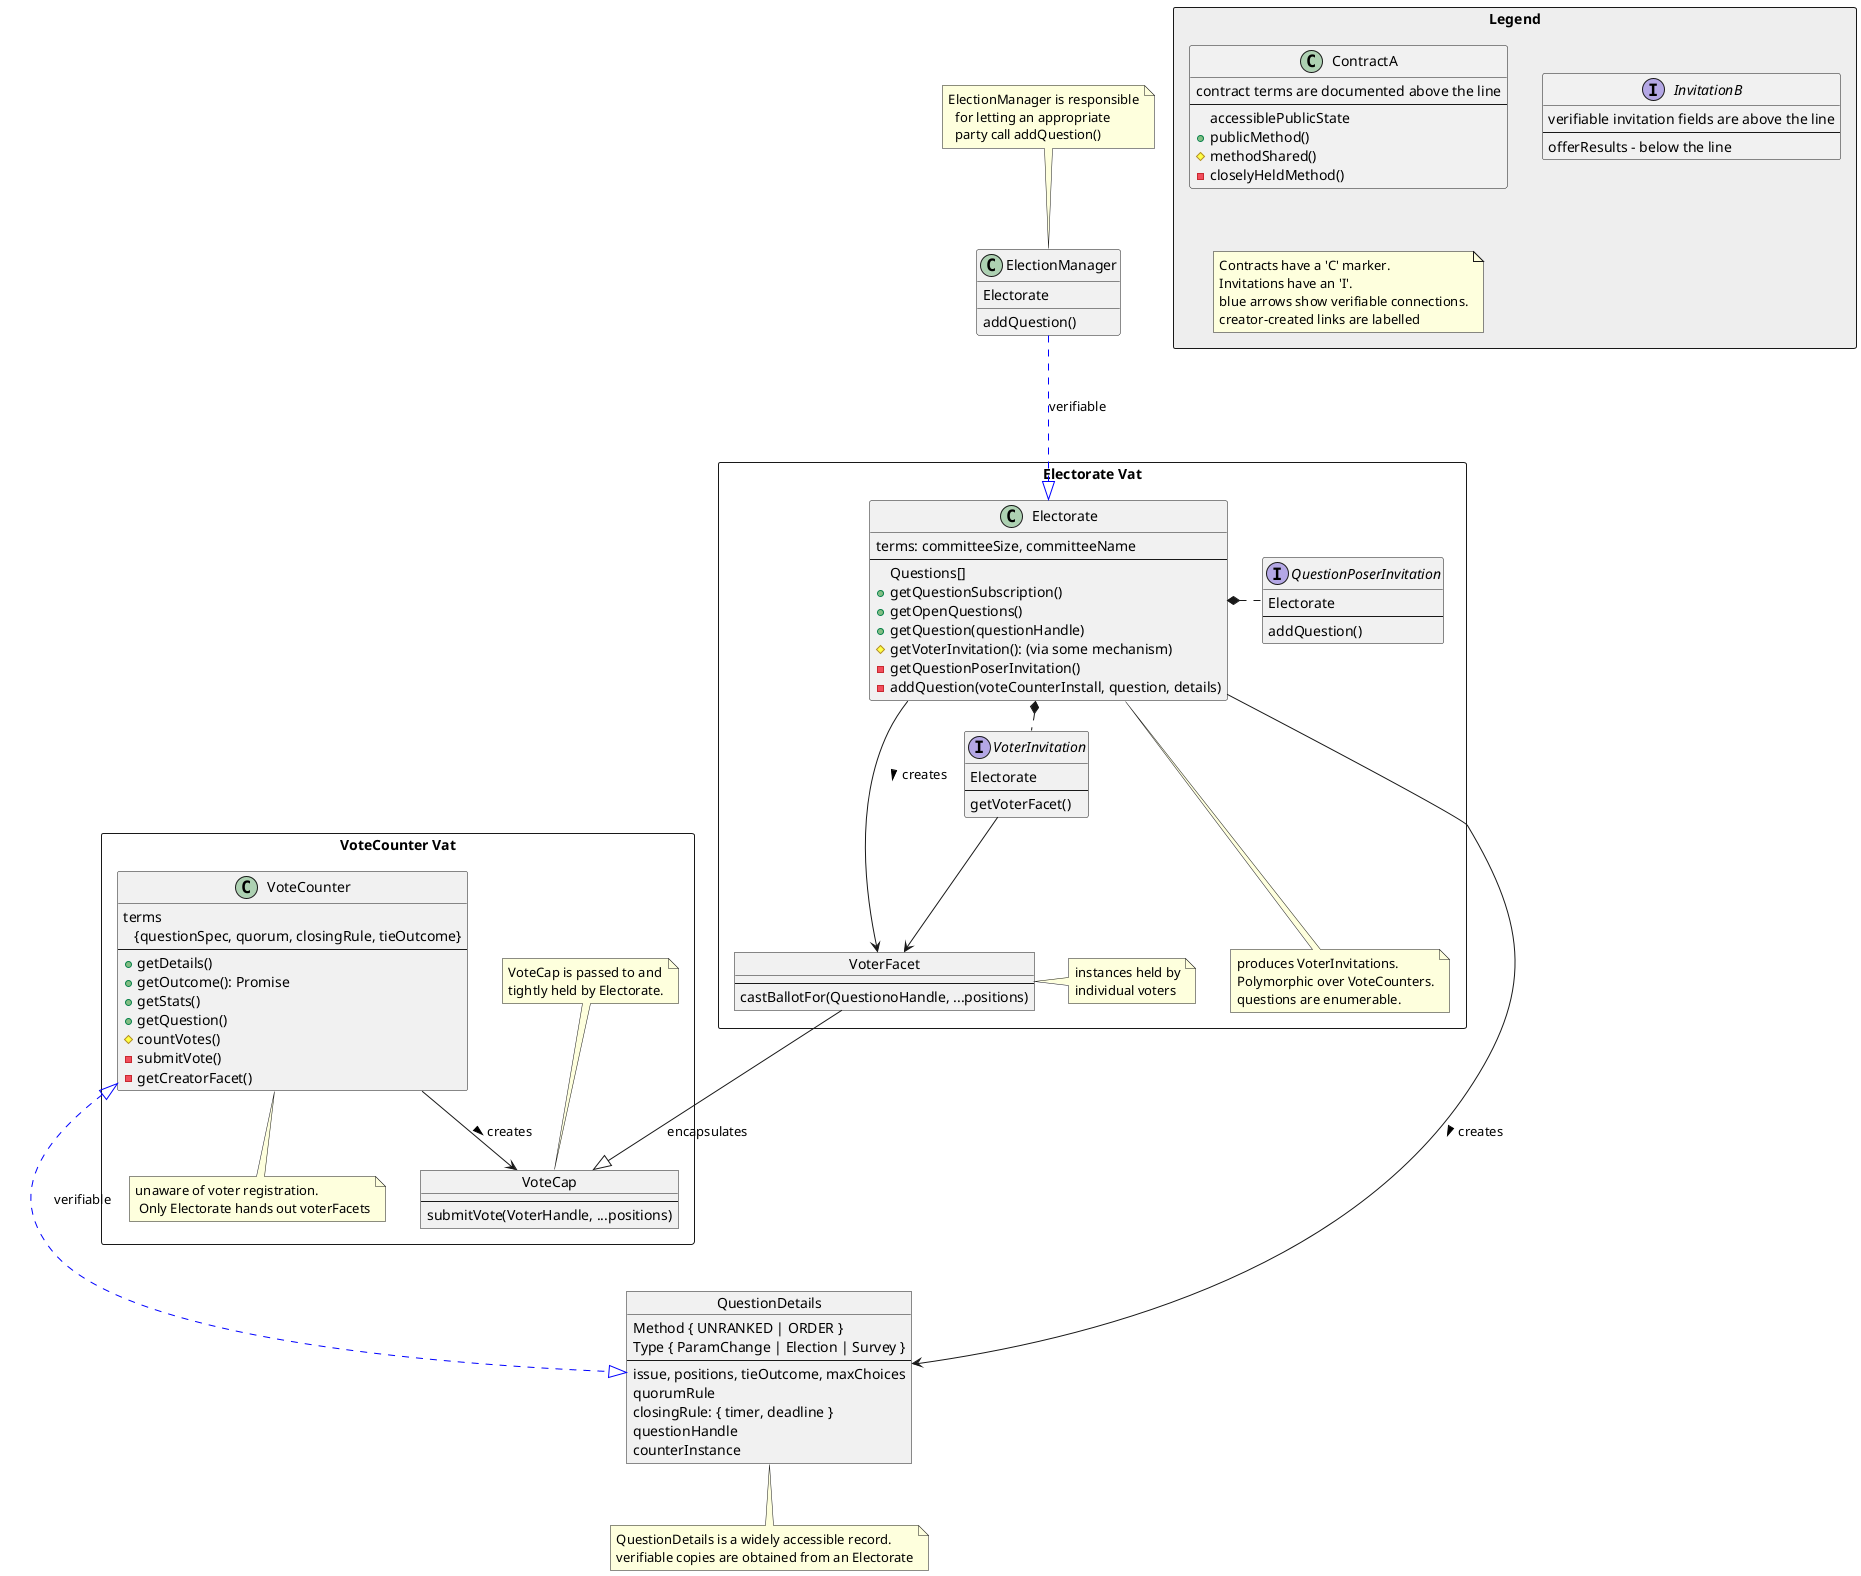
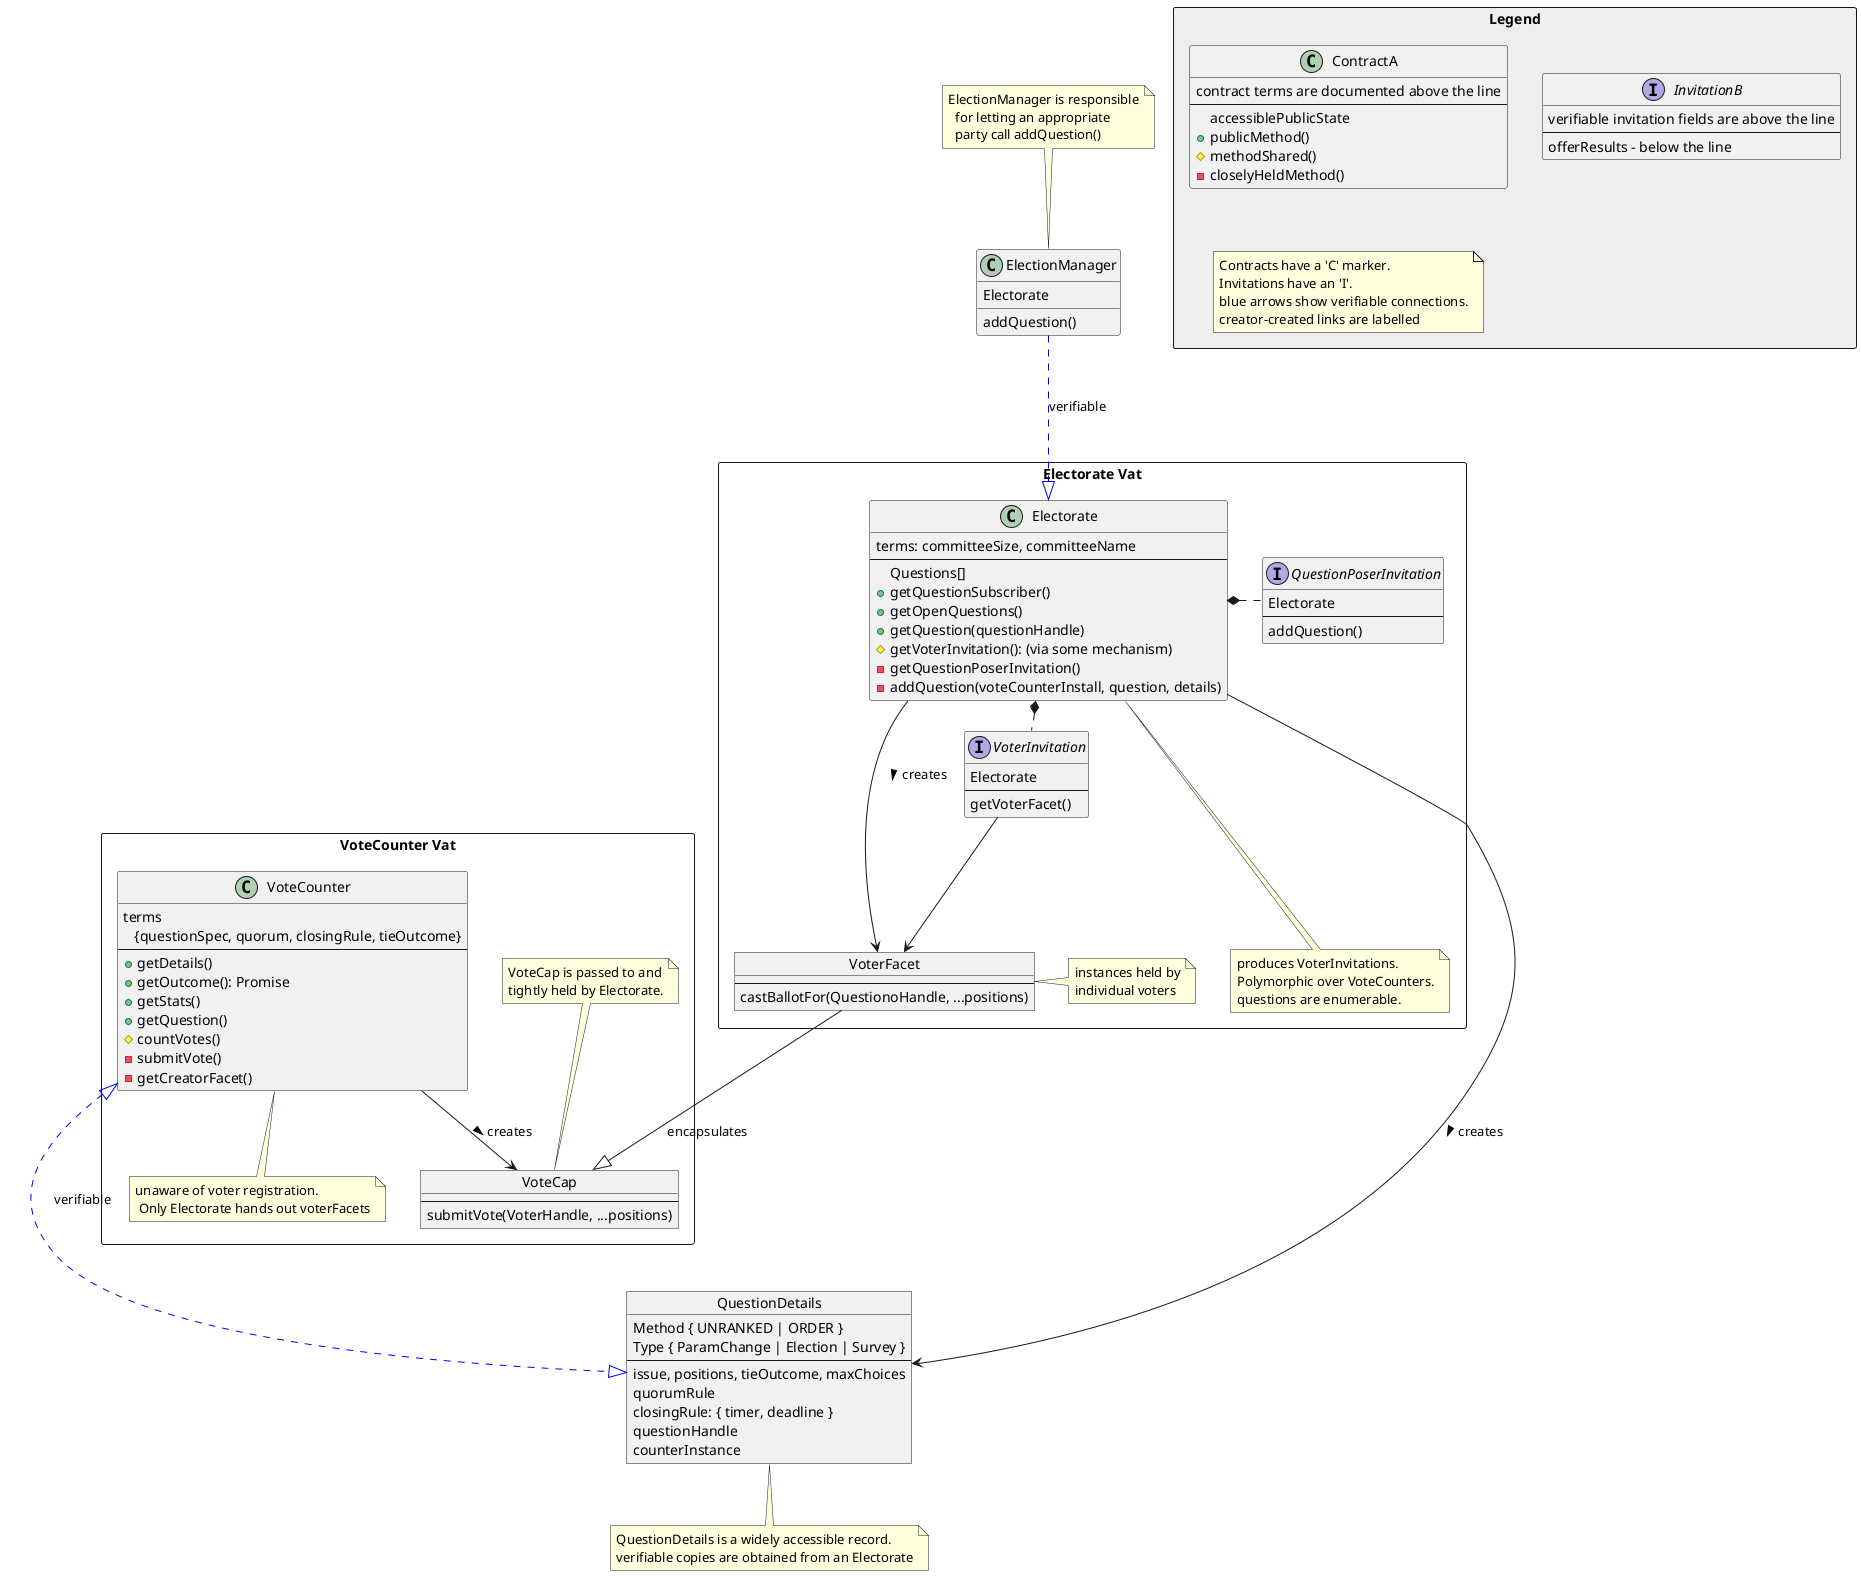
@startuml coreArchitecture

package Legend <<Rectangle>> #EEEEEE {

    class ContractA {
        contract terms are documented above the line
        --
          accessiblePublicState
        + publicMethod()
        # methodShared()
        - closelyHeldMethod()
    }

    interface InvitationB {
        verifiable invitation fields are above the line
        --
        offerResults - below the line
    }

    note "Contracts have a 'C' marker.\nInvitations have an 'I'.\nblue arrows show verifiable connections.\ncreator-created links are labelled" as NC
}

package "Electorate Vat" <<Rectangle>>  {
    class Electorate {
        terms: committeeSize, committeeName
        --
        Questions[]
-         +getQuestionSubscription()
+         +getQuestionSubscriber()
        +getOpenQuestions()
        +getQuestion(questionHandle)
        #getVoterInvitation(): (via some mechanism)
        -getQuestionPoserInvitation()
        -addQuestion(voteCounterInstall, question, details)
    }

    note "produces VoterInvitations.\nPolymorphic over VoteCounters.\nquestions are enumerable." as N1
    Electorate .. N1

    interface QuestionPoserInvitation {
        Electorate
        --
        addQuestion()
    }

    interface VoterInvitation {
        Electorate
        --
        getVoterFacet()
    }

    object VoterFacet {
        ---
        castBallotFor(QuestionoHandle, ...positions)
    }
    note "instances held by\nindividual voters" as NVF
    VoterFacet . NVF

    Electorate --> VoterFacet : creates >
}

object QuestionDetails {
    Method { UNRANKED | ORDER }
    Type { ParamChange | Election | Survey }
    --
    issue, positions, tieOutcome, maxChoices
    quorumRule
    closingRule: { timer, deadline }
    questionHandle
    counterInstance
}

note "QuestionDetails is a widely accessible record.\nverifiable copies are obtained from an Electorate" as N3
QuestionDetails .. N3

package "VoteCounter Vat" <<Rectangle>>  {
    class VoteCounter {
        terms\n   {questionSpec, quorum, closingRule, tieOutcome}
        --
        +getDetails()
        +getOutcome(): Promise
        +getStats()
        +getQuestion()
        #countVotes()
        -submitVote()
        -getCreatorFacet()
    }

    object VoteCap {
        ---
        submitVote(VoterHandle, ...positions)
    }
    note top: VoteCap is passed to and\ntightly held by Electorate.

    note "unaware of voter registration.\n Only Electorate hands out voterFacets" as N2
    VoteCounter .. N2

    VoteCounter --> VoteCap : creates >
}

class ElectionManager {
    Electorate
    addQuestion()
}
note top : ElectionManager is responsible\n  for letting an appropriate\n  party call addQuestion()

ElectionManager -.[#blue]-|> Electorate : verifiable

Electorate *. VoterInvitation
Electorate *. QuestionPoserInvitation
VoterInvitation -> VoterFacet
Electorate -> QuestionDetails : creates >
VoteCounter <|-.[#blue]-|> QuestionDetails : verifiable

VoterFacet --|> VoteCap : encapsulates

- @enduml+ @enduml
